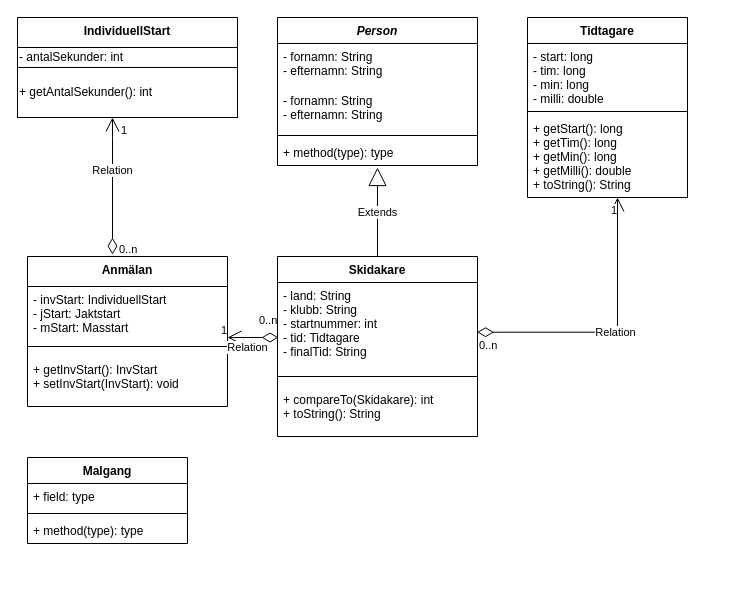
lisahagberg/langdskidstavlingen keeps this draw.io diagram as klassdiagram/Klassdiagram_gruppuppgift4B.drawio. Above is the earlier version. Source tidied: cells renumbered, new cells numbered last; positions are measured from the earlier drawing's top-left corner, leaving out a move shared by most shapes. Both pictures are drawn from the tidied source at 100%, with x=0, y=0 at pixel (17, 17).
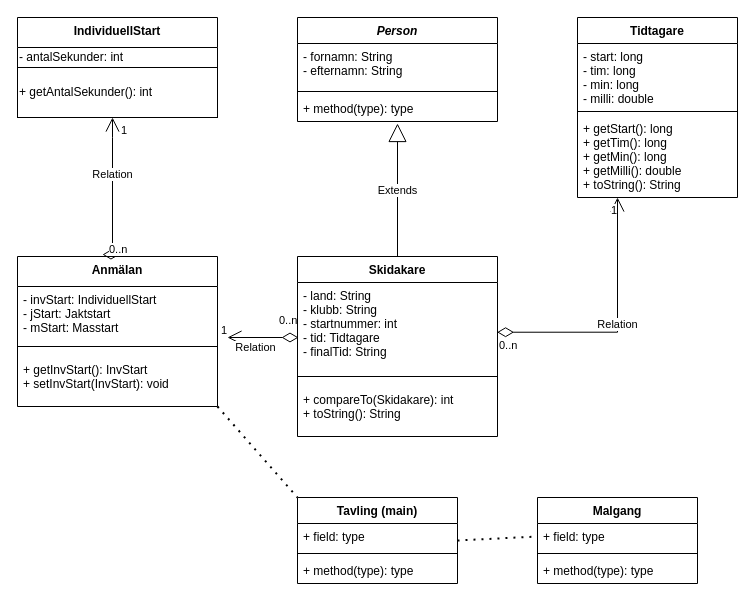
The same page after the edit.

The change refers to these unchanged cells:
```xml
<mxCell id="33" value="+ field: type" style="text;strokeColor=none;fillColor=none;align=left;verticalAlign=top;spacingLeft=4;spacingRight=4;overflow=hidden;points=[[0,0.5],[1,0.5]];portConstraint=eastwest;" parent="32" vertex="1">
  <mxGeometry y="26" width="160" height="26" as="geometry" />
</mxCell>
```

Diff of the diagram source:
```diff
@@
     <mxCell id="2" value="Person" style="swimlane;fontStyle=3;align=center;verticalAlign=top;horizontal=1;startSize=26;" parent="1" vertex="1">
-      <mxGeometry x="260" width="200" height="148" as="geometry" />
+      <mxGeometry x="280" width="200" height="104" as="geometry" />
     </mxCell>
@@
-    <mxCell id="4" value="- fornamn: String&#10;- efternamn: String&#10;" style="text;strokeColor=none;fillColor=none;align=left;verticalAlign=top;spacingLeft=4;spacingRight=4;overflow=hidden;" parent="2" vertex="1">
-      <mxGeometry y="70" width="200" height="44" as="geometry" />
-    </mxCell>
     <mxCell id="5" style="line;strokeWidth=1;fillColor=none;align=left;verticalAlign=middle;spacingTop=-1;spacingLeft=3;spacingRight=3;labelPosition=right;" parent="2" vertex="1">
-      <mxGeometry y="114" width="200" height="8" as="geometry" />
+      <mxGeometry y="70" width="200" height="8" as="geometry" />
     </mxCell>
     <mxCell id="6" value="+ method(type): type" style="text;strokeColor=none;fillColor=none;align=left;verticalAlign=top;spacingLeft=4;spacingRight=4;overflow=hidden;points=[[0,0.5],[1,0.5]];portConstraint=eastwest;" parent="2" vertex="1">
-      <mxGeometry y="122" width="200" height="26" as="geometry" />
+      <mxGeometry y="78" width="200" height="26" as="geometry" />
     </mxCell>
     <mxCell id="7" value="Skidakare" style="swimlane;fontStyle=1;align=center;verticalAlign=top;horizontal=1;startSize=26;" parent="1" vertex="1">
-      <mxGeometry x="260" y="239" width="200" height="180" as="geometry" />
+      <mxGeometry x="280" y="239" width="200" height="180" as="geometry" />
     </mxCell>
@@
     <mxCell id="11" value="Tidtagare" style="swimlane;fontStyle=1;align=center;verticalAlign=top;horizontal=1;startSize=26;" parent="1" vertex="1">
-      <mxGeometry x="510" width="160" height="180" as="geometry" />
+      <mxGeometry x="560" width="160" height="180" as="geometry" />
     </mxCell>
@@
     <mxCell id="15" value="IndividuellStart" style="swimlane;fontStyle=1;align=center;verticalAlign=top;horizontal=1;startSize=30;" parent="1" vertex="1">
-      <mxGeometry width="220" height="100" as="geometry" />
+      <mxGeometry width="200" height="100" as="geometry" />
     </mxCell>
     <mxCell id="16" value="- antalSekunder: int" style="text;html=1;align=left;verticalAlign=middle;strokeColor=none;fillColor=none;" parent="15" vertex="1">
-      <mxGeometry y="30" width="220" height="20" as="geometry" />
+      <mxGeometry y="30" width="200" height="20" as="geometry" />
     </mxCell>
     <mxCell id="17" value="+ getAntalSekunder(): int" style="rounded=0;whiteSpace=wrap;html=1;align=left;" parent="15" vertex="1">
-      <mxGeometry y="50" width="220" height="50" as="geometry" />
+      <mxGeometry y="50" width="200" height="50" as="geometry" />
     </mxCell>
     <mxCell id="18" value="Anmälan" style="swimlane;fontStyle=1;align=center;verticalAlign=top;horizontal=1;startSize=30;" parent="1" vertex="1">
-      <mxGeometry x="10" y="239" width="200" height="150" as="geometry" />
+      <mxGeometry y="239" width="200" height="150" as="geometry" />
     </mxCell>
@@
     <mxCell id="32" value="Malgang&#10;" style="swimlane;fontStyle=1;align=center;verticalAlign=top;horizontal=1;startSize=26;" parent="1" vertex="1">
-      <mxGeometry x="10" y="440" width="160" height="86" as="geometry" />
+      <mxGeometry x="520" y="480" width="160" height="86" as="geometry" />
     </mxCell>
@@
+    <mxCell id="36" value="Tavling (main)" style="swimlane;fontStyle=1;align=center;verticalAlign=top;horizontal=1;startSize=26;" parent="1" vertex="1">
+      <mxGeometry x="280" y="480" width="160" height="86" as="geometry" />
+    </mxCell>
+    <mxCell id="37" value="+ field: type" style="text;strokeColor=none;fillColor=none;align=left;verticalAlign=top;spacingLeft=4;spacingRight=4;overflow=hidden;" parent="36" vertex="1">
+      <mxGeometry y="26" width="160" height="26" as="geometry" />
+    </mxCell>
+    <mxCell id="38" style="line;strokeWidth=1;fillColor=none;align=left;verticalAlign=middle;spacingTop=-1;spacingLeft=3;spacingRight=3;labelPosition=right;" parent="36" vertex="1">
+      <mxGeometry y="52" width="160" height="8" as="geometry" />
+    </mxCell>
+    <mxCell id="39" value="+ method(type): type" style="text;strokeColor=none;fillColor=none;align=left;verticalAlign=top;spacingLeft=4;spacingRight=4;overflow=hidden;" parent="36" vertex="1">
+      <mxGeometry y="60" width="160" height="26" as="geometry" />
+    </mxCell>
+    <mxCell id="40" style="endArrow=none;dashed=1;html=1;dashPattern=1 3;strokeWidth=2;rounded=0;entryX=0;entryY=0;entryDx=0;entryDy=0;exitX=1;exitY=1;exitDx=0;exitDy=0;" parent="1" edge="1" source="18" target="36">
+      <mxGeometry relative="1" as="geometry" />
+    </mxCell>
+    <mxCell id="41" style="endArrow=none;dashed=1;html=1;dashPattern=1 3;strokeWidth=2;rounded=0;entryX=0;entryY=0.5;entryDx=0;entryDy=0;exitX=1;exitY=0.5;exitDx=0;exitDy=0;" parent="1" edge="1" source="36" target="33">
+      <mxGeometry relative="1" as="geometry" />
+    </mxCell>
```
